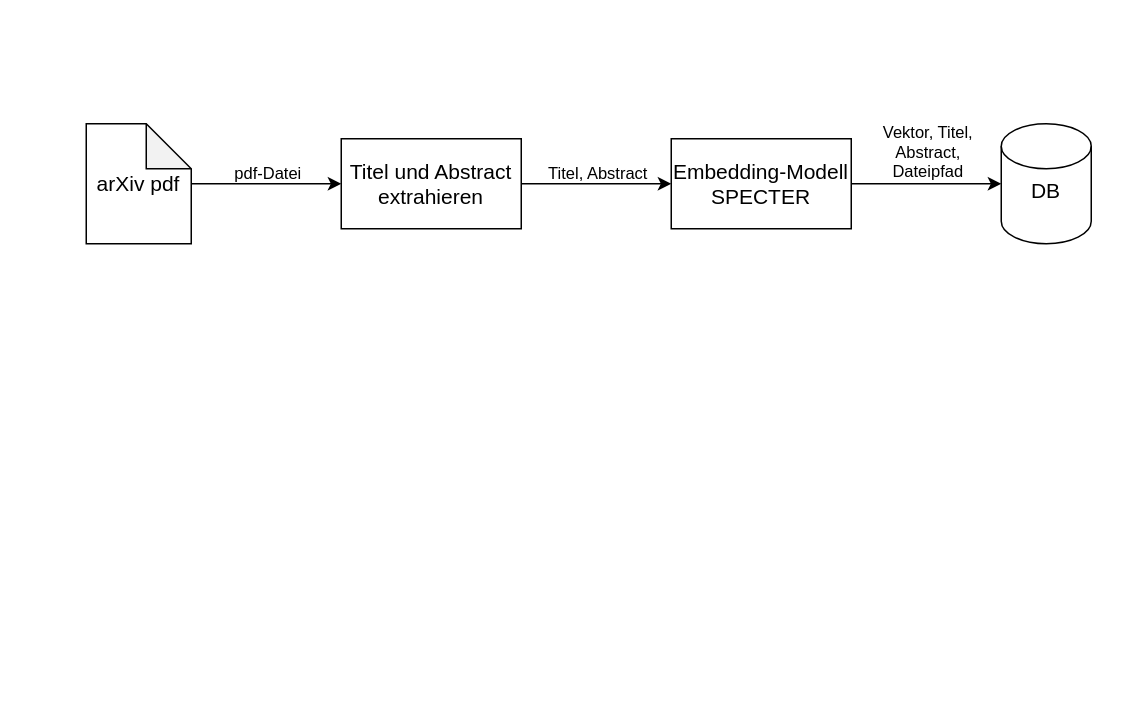
Above: ausarbeitung/diagrams/RAG-Flow.drawio.xml in olivergassmann/DHBW2024_DataWarehouse (draw.io), before the change. Source tidied: cells renumbered, new cells numbered last; positions are measured from the earlier drawing's top-left corner, leaving out a move shared by most shapes. Both pictures are drawn from the tidied source at 150%, with x=0, y=0 at pixel (86, 123).
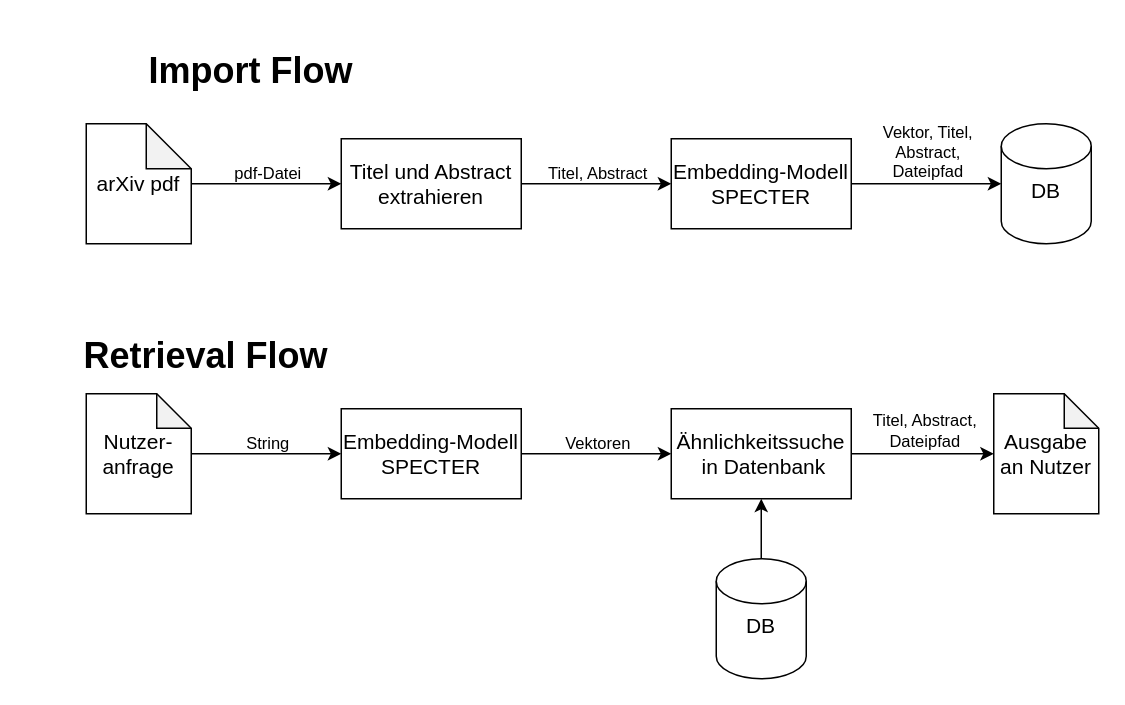
The same diagram, later.

Commit message (it also covers changes not shown here):
Finish first draft: Add retrieval flow and GenAI-Disclaimer

The edit, as a diff of the source:
```diff
@@
+    <mxCell id="12" value="&lt;h1&gt;Import Flow&lt;/h1&gt;" style="text;html=1;align=center;verticalAlign=middle;whiteSpace=wrap;rounded=0;" parent="1" vertex="1">
+      <mxGeometry x="-10" y="-50" width="240" height="30" as="geometry" />
+    </mxCell>
+    <mxCell id="13" value="&lt;h1&gt;Retrieval Flow&lt;/h1&gt;" style="text;html=1;align=center;verticalAlign=middle;whiteSpace=wrap;rounded=0;" parent="1" vertex="1">
+      <mxGeometry x="-40" y="140" width="240" height="30" as="geometry" />
+    </mxCell>
+    <mxCell id="14" value="Embedding-Modell SPECTER" style="rounded=0;whiteSpace=wrap;html=1;fontFamily=Libertinus Serif;fontSize=14;" parent="1" vertex="1">
+      <mxGeometry x="170" y="190" width="120" height="60" as="geometry" />
+    </mxCell>
+    <mxCell id="15" value="Nutzer-anfrage" style="shape=note;whiteSpace=wrap;html=1;backgroundOutline=1;darkOpacity=0.05;fontFamily=Libertinus Serif;fontSize=14;size=23;" parent="1" vertex="1">
+      <mxGeometry y="180" width="70" height="80" as="geometry" />
+    </mxCell>
+    <mxCell id="16" value="Ähnlichkeitssuche&lt;div&gt;&amp;nbsp;in Datenbank&lt;/div&gt;" style="rounded=0;whiteSpace=wrap;html=1;fontSize=14;fontFamily=Libertinus Serif;" parent="1" vertex="1">
+      <mxGeometry x="390" y="190" width="120" height="60" as="geometry" />
+    </mxCell>
+    <mxCell id="17" style="edgeStyle=orthogonalEdgeStyle;rounded=0;jettySize=auto;html=1;" parent="1" edge="1" source="18" target="16">
+      <mxGeometry relative="1" as="geometry" />
+    </mxCell>
+    <mxCell id="18" value="DB&lt;div style=&quot;font-size: 14px;&quot;&gt;&lt;br style=&quot;font-size: 14px;&quot;&gt;&lt;/div&gt;" style="shape=cylinder3;whiteSpace=wrap;html=1;boundedLbl=1;backgroundOutline=1;size=15;fontFamily=Libertinus Serif;fontSize=14;" parent="1" vertex="1">
+      <mxGeometry x="420" y="290" width="60" height="80" as="geometry" />
+    </mxCell>
+    <mxCell id="19" style="endArrow=classic;html=1;rounded=0;fontFamily=Libertinus Serif;" parent="1" edge="1" source="14" target="16">
+      <mxGeometry relative="1" as="geometry" />
+    </mxCell>
+    <mxCell id="20" value="Vektoren" style="edgeLabel;html=1;align=center;verticalAlign=middle;fontFamily=Libertinus Serif;" parent="19" vertex="1">
+      <mxGeometry relative="1" as="geometry">
+        <mxPoint y="-8" as="offset" />
+      </mxGeometry>
+    </mxCell>
+    <mxCell id="21" style="endArrow=classic;html=1;rounded=0;fontFamily=Libertinus Serif;" parent="1" edge="1" source="15" target="14">
+      <mxGeometry relative="1" as="geometry" />
+    </mxCell>
+    <mxCell id="22" value="String" style="edgeLabel;html=1;align=center;verticalAlign=middle;fontFamily=Libertinus Serif;" parent="21" vertex="1">
+      <mxGeometry relative="1" as="geometry">
+        <mxPoint y="-8" as="offset" />
+      </mxGeometry>
+    </mxCell>
+    <mxCell id="23" value="Ausgabe&lt;div&gt;an Nutzer&lt;/div&gt;" style="shape=note;whiteSpace=wrap;html=1;backgroundOutline=1;darkOpacity=0.05;fontFamily=Libertinus Serif;fontSize=14;size=23;" parent="1" vertex="1">
+      <mxGeometry x="605" y="180" width="70" height="80" as="geometry" />
+    </mxCell>
+    <mxCell id="24" style="endArrow=classic;html=1;rounded=0;fontFamily=Libertinus Serif;" parent="1" edge="1" source="16" target="23">
+      <mxGeometry relative="1" as="geometry" />
+    </mxCell>
+    <mxCell id="25" value="Titel, Abstract,&lt;div&gt;Dateipfad&lt;/div&gt;" style="edgeLabel;html=1;align=center;verticalAlign=middle;fontFamily=Libertinus Serif;" parent="24" vertex="1">
+      <mxGeometry relative="1" as="geometry">
+        <mxPoint y="-16" as="offset" />
+      </mxGeometry>
+    </mxCell>
```
